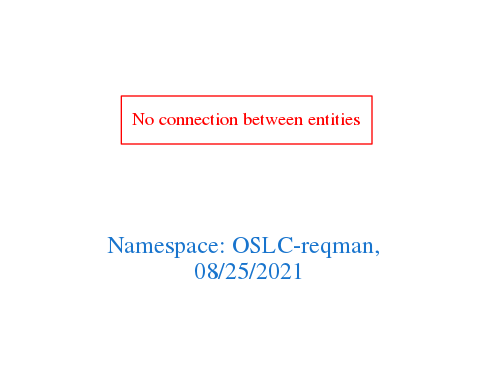
Earlier version of the Graphviz export downloads/OSLC-reqman.png (arago/OGIT). Its source is kept beside it as downloads/OSLC-reqman.dot.
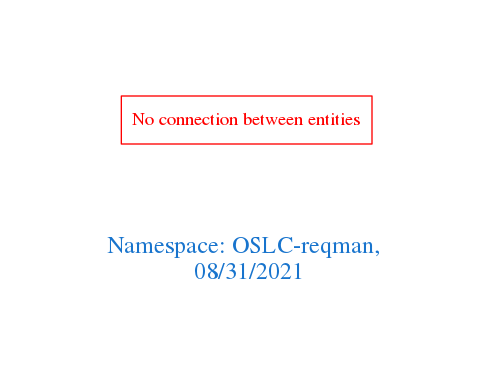
After the commit.

What changed in the source:
```diff
@@ -1,7 +1,7 @@
 digraph OGIT_ontology {
  graph [ rankdir= LR,pad=1
 fontsize = 18,
-fontcolor= dodgerblue3,label = "\n\n\nNamespace: OSLC-reqman, \n 08/25/2021"];
+fontcolor= dodgerblue3,label = "\n\n\nNamespace: OSLC-reqman, \n 08/31/2021"];
 node[shape=polygon];
 edge [  color="gray81"];
 
```
